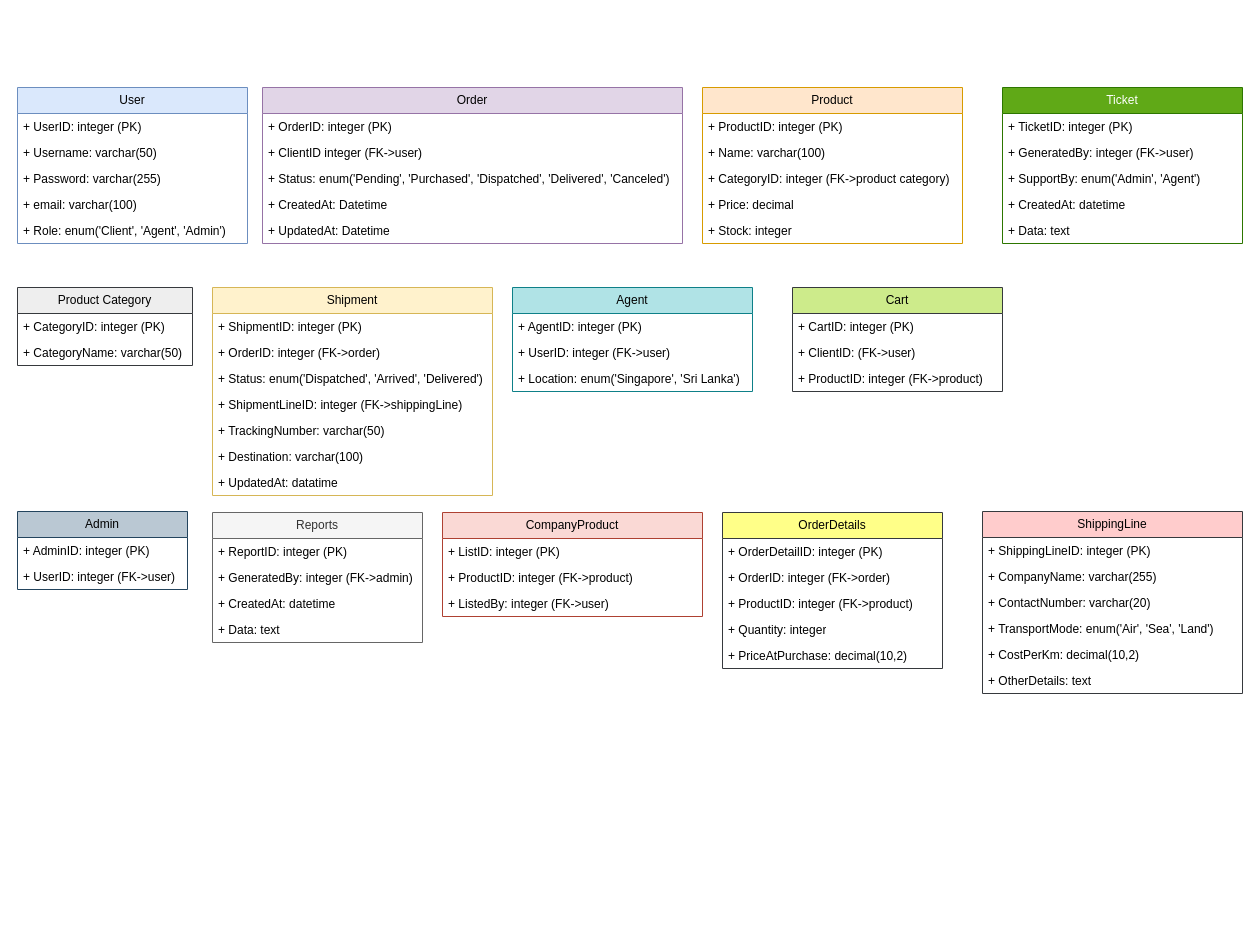
Before: diagrams/UML-class-diagram.drawio in K-M-Shehan/software-design-docs, a draw.io diagram. Source tidied: cells renumbered, new cells numbered last; positions are measured from the earlier drawing's top-left corner, leaving out a move shared by most shapes. Both pictures are drawn from the tidied source at 100%, with x=0, y=0 at pixel (17, 87).
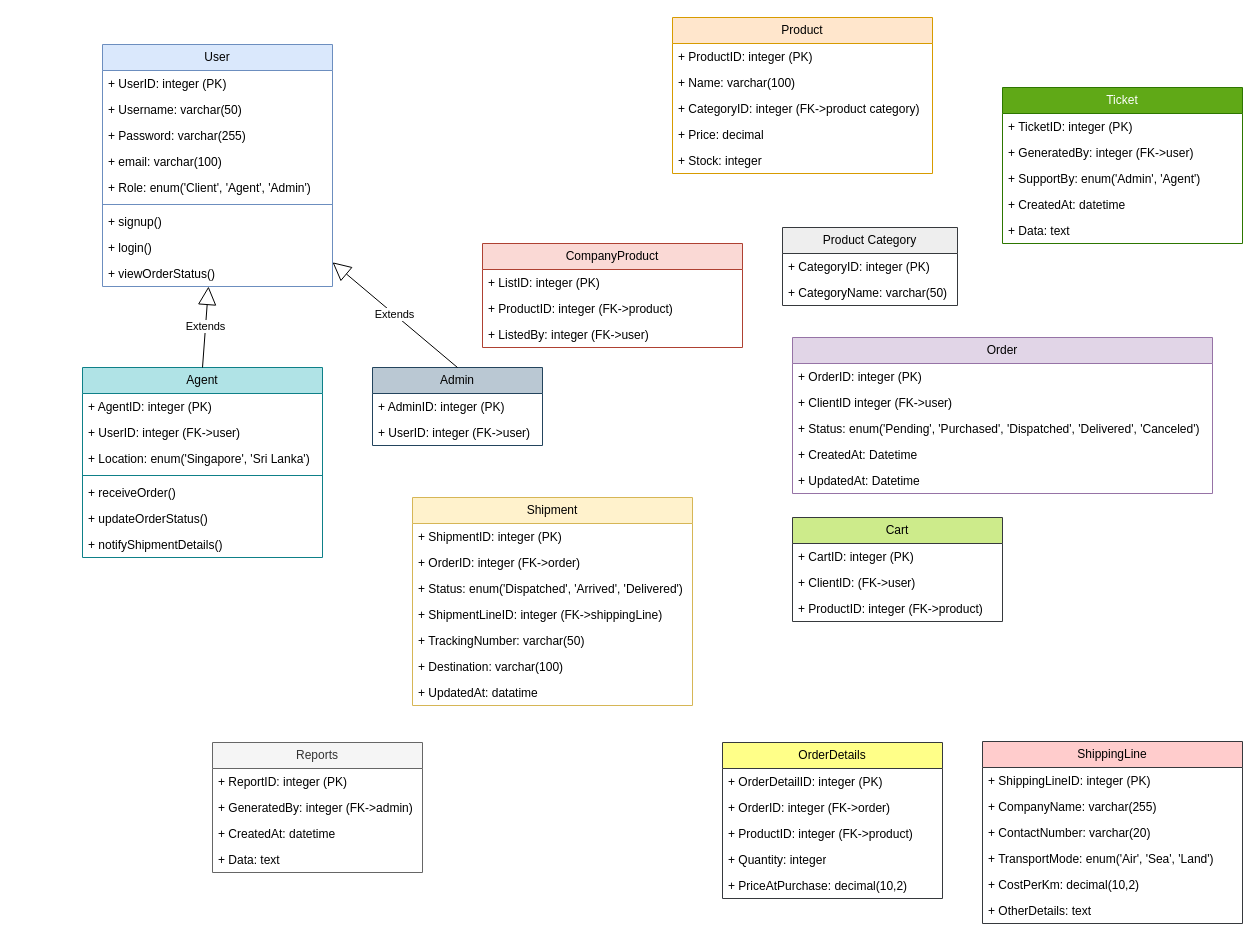
Above is the later version.

Commit message:
made relationships between user and its children (agent, admin)

What changed in the source:
```diff
@@
     <mxCell id="2" value="User" style="swimlane;fontStyle=0;horizontal=1;startSize=26;fillColor=#dae8fc;whiteSpace=wrap;html=1;strokeColor=#6c8ebf;" parent="1" vertex="1">
-      <mxGeometry width="230" height="156" as="geometry" />
+      <mxGeometry x="85" y="-43" width="230" height="242" as="geometry" />
     </mxCell>
@@
+    <mxCell id="70" style="line;strokeWidth=1;fillColor=none;align=left;verticalAlign=middle;spacingTop=-1;spacingLeft=3;spacingRight=3;labelPosition=right;strokeColor=inherit;" parent="2" vertex="1">
+      <mxGeometry y="156" width="230" height="8" as="geometry" />
+    </mxCell>
+    <mxCell id="71" value="+ signup()" style="text;strokeColor=none;fillColor=none;align=left;verticalAlign=top;spacingLeft=4;spacingRight=4;overflow=hidden;whiteSpace=wrap;html=1;" parent="2" vertex="1">
+      <mxGeometry y="164" width="230" height="26" as="geometry" />
+    </mxCell>
+    <mxCell id="72" value="+ login()" style="text;strokeColor=none;fillColor=none;align=left;verticalAlign=top;spacingLeft=4;spacingRight=4;overflow=hidden;whiteSpace=wrap;html=1;" parent="2" vertex="1">
+      <mxGeometry y="190" width="230" height="26" as="geometry" />
+    </mxCell>
+    <mxCell id="73" value="+ viewOrderStatus()" style="text;strokeColor=none;fillColor=none;align=left;verticalAlign=top;spacingLeft=4;spacingRight=4;overflow=hidden;whiteSpace=wrap;html=1;" parent="2" vertex="1">
+      <mxGeometry y="216" width="230" height="26" as="geometry" />
+    </mxCell>
     <mxCell id="8" value="Order" style="swimlane;fontStyle=0;horizontal=1;startSize=26;fillColor=#e1d5e7;whiteSpace=wrap;html=1;strokeColor=#9673a6;" parent="1" vertex="1">
-      <mxGeometry x="245" width="420" height="156" as="geometry" />
+      <mxGeometry x="775" y="250" width="420" height="156" as="geometry" />
     </mxCell>
@@
     <mxCell id="14" value="Product" style="swimlane;fontStyle=0;horizontal=1;startSize=26;fillColor=#ffe6cc;whiteSpace=wrap;html=1;strokeColor=#d79b00;" parent="1" vertex="1">
-      <mxGeometry x="685" width="260" height="156" as="geometry" />
+      <mxGeometry x="655" y="-70" width="260" height="156" as="geometry" />
     </mxCell>
@@
     <mxCell id="20" value="Product Category" style="swimlane;fontStyle=0;horizontal=1;startSize=26;fillColor=#eeeeee;whiteSpace=wrap;html=1;strokeColor=#36393d;" parent="1" vertex="1">
-      <mxGeometry y="200" width="175" height="78" as="geometry" />
+      <mxGeometry x="765" y="140" width="175" height="78" as="geometry" />
     </mxCell>
@@
     <mxCell id="23" value="Shipment" style="swimlane;fontStyle=0;horizontal=1;startSize=26;fillColor=#fff2cc;whiteSpace=wrap;html=1;strokeColor=#d6b656;" parent="1" vertex="1">
-      <mxGeometry x="195" y="200" width="280" height="208" as="geometry" />
+      <mxGeometry x="395" y="410" width="280" height="208" as="geometry" />
     </mxCell>
@@
     <mxCell id="31" value="Agent" style="swimlane;fontStyle=0;horizontal=1;startSize=26;fillColor=#b0e3e6;whiteSpace=wrap;html=1;strokeColor=#0e8088;" parent="1" vertex="1">
-      <mxGeometry x="495" y="200" width="240" height="104" as="geometry" />
+      <mxGeometry x="65" y="280" width="240" height="190" as="geometry" />
     </mxCell>
@@
+    <mxCell id="74" style="line;strokeWidth=1;fillColor=none;align=left;verticalAlign=middle;spacingTop=-1;spacingLeft=3;spacingRight=3;labelPosition=right;strokeColor=inherit;" parent="31" vertex="1">
+      <mxGeometry y="104" width="240" height="8" as="geometry" />
+    </mxCell>
+    <mxCell id="75" value="+ receiveOrder()" style="text;strokeColor=none;fillColor=none;align=left;verticalAlign=top;spacingLeft=4;spacingRight=4;overflow=hidden;whiteSpace=wrap;html=1;" parent="31" vertex="1">
+      <mxGeometry y="112" width="240" height="26" as="geometry" />
+    </mxCell>
+    <mxCell id="76" value="+ updateOrderStatus()" style="text;strokeColor=none;fillColor=none;align=left;verticalAlign=top;spacingLeft=4;spacingRight=4;overflow=hidden;whiteSpace=wrap;html=1;" parent="31" vertex="1">
+      <mxGeometry y="138" width="240" height="26" as="geometry" />
+    </mxCell>
+    <mxCell id="77" value="+ notifyShipmentDetails()" style="text;strokeColor=none;fillColor=none;align=left;verticalAlign=top;spacingLeft=4;spacingRight=4;overflow=hidden;whiteSpace=wrap;html=1;" parent="31" vertex="1">
+      <mxGeometry y="164" width="240" height="26" as="geometry" />
+    </mxCell>
     <mxCell id="35" value="Admin" style="swimlane;fontStyle=0;horizontal=1;startSize=26;fillColor=#bac8d3;whiteSpace=wrap;html=1;strokeColor=#23445d;" parent="1" vertex="1">
-      <mxGeometry y="424" width="170" height="78" as="geometry" />
+      <mxGeometry x="355" y="280" width="170" height="78" as="geometry" />
     </mxCell>
@@
     <mxCell id="38" value="Reports" style="swimlane;fontStyle=0;horizontal=1;startSize=26;fillColor=#f5f5f5;whiteSpace=wrap;html=1;fontColor=#333333;strokeColor=#666666;" parent="1" vertex="1">
-      <mxGeometry x="195" y="425" width="210" height="130" as="geometry" />
+      <mxGeometry x="195" y="655" width="210" height="130" as="geometry" />
     </mxCell>
@@
     <mxCell id="43" value="CompanyProduct" style="swimlane;fontStyle=0;horizontal=1;startSize=26;fillColor=#fad9d5;whiteSpace=wrap;html=1;strokeColor=#ae4132;" parent="1" vertex="1">
-      <mxGeometry x="425" y="425" width="260" height="104" as="geometry" />
+      <mxGeometry x="465" y="156" width="260" height="104" as="geometry" />
     </mxCell>
@@
     <mxCell id="47" value="Cart" style="swimlane;fontStyle=0;horizontal=1;startSize=26;fillColor=#cdeb8b;whiteSpace=wrap;html=1;strokeColor=#36393d;" parent="1" vertex="1">
-      <mxGeometry x="775" y="200" width="210" height="104" as="geometry" />
+      <mxGeometry x="775" y="430" width="210" height="104" as="geometry" />
     </mxCell>
@@
     <mxCell id="51" value="OrderDetails" style="swimlane;fontStyle=0;horizontal=1;startSize=26;fillColor=#ffff88;whiteSpace=wrap;html=1;strokeColor=#36393d;" parent="1" vertex="1">
-      <mxGeometry x="705" y="425" width="220" height="156" as="geometry" />
+      <mxGeometry x="705" y="655" width="220" height="156" as="geometry" />
     </mxCell>
@@
     <mxCell id="57" value="ShippingLine" style="swimlane;fontStyle=0;horizontal=1;startSize=26;fillColor=#ffcccc;whiteSpace=wrap;html=1;strokeColor=#36393d;" parent="1" vertex="1">
-      <mxGeometry x="965" y="424" width="260" height="182" as="geometry" />
+      <mxGeometry x="965" y="654" width="260" height="182" as="geometry" />
     </mxCell>
@@
+    <mxCell id="78" value="Extends" style="endArrow=block;endSize=16;endFill=0;html=1;rounded=0;exitX=0.5;exitY=0;exitDx=0;exitDy=0;" parent="1" edge="1" source="31" target="2">
+      <mxGeometry relative="1" as="geometry" />
+    </mxCell>
+    <mxCell id="79" value="Extends" style="endArrow=block;endSize=16;endFill=0;html=1;rounded=0;exitX=0.5;exitY=0;exitDx=0;exitDy=0;" parent="1" edge="1" source="35" target="2">
+      <mxGeometry relative="1" as="geometry" />
+    </mxCell>
```
